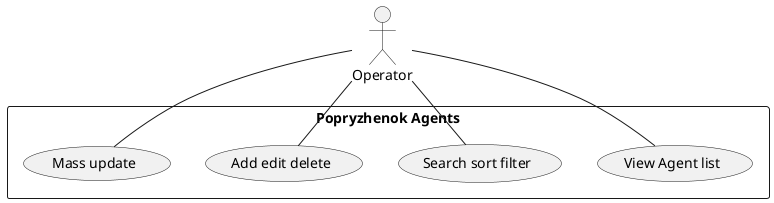
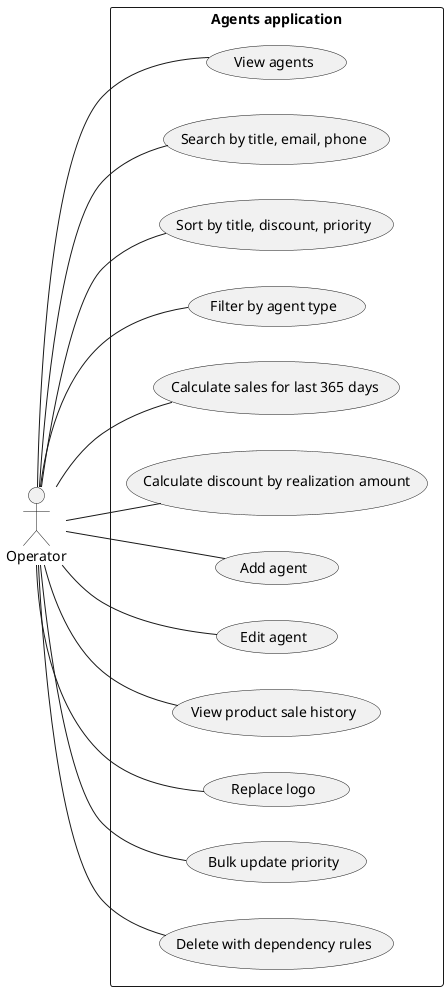
﻿@startuml
+ left to right direction
actor Operator
- rectangle "Popryzhenok Agents" {
- Operator -- (View Agent list)
- Operator -- (Search sort filter)
- Operator -- (Add edit delete)
- Operator -- (Mass update)
+ rectangle "Agents application" {
+   Operator -- (View agents)
+   Operator -- (Search by title, email, phone)
+   Operator -- (Sort by title, discount, priority)
+   Operator -- (Filter by agent type)
+   Operator -- (Calculate sales for last 365 days)
+   Operator -- (Calculate discount by realization amount)
+   Operator -- (Add agent)
+   Operator -- (Edit agent)
+   Operator -- (View product sale history)
+   Operator -- (Replace logo)
+   Operator -- (Bulk update priority)
+   Operator -- (Delete with dependency rules)
}
@enduml
